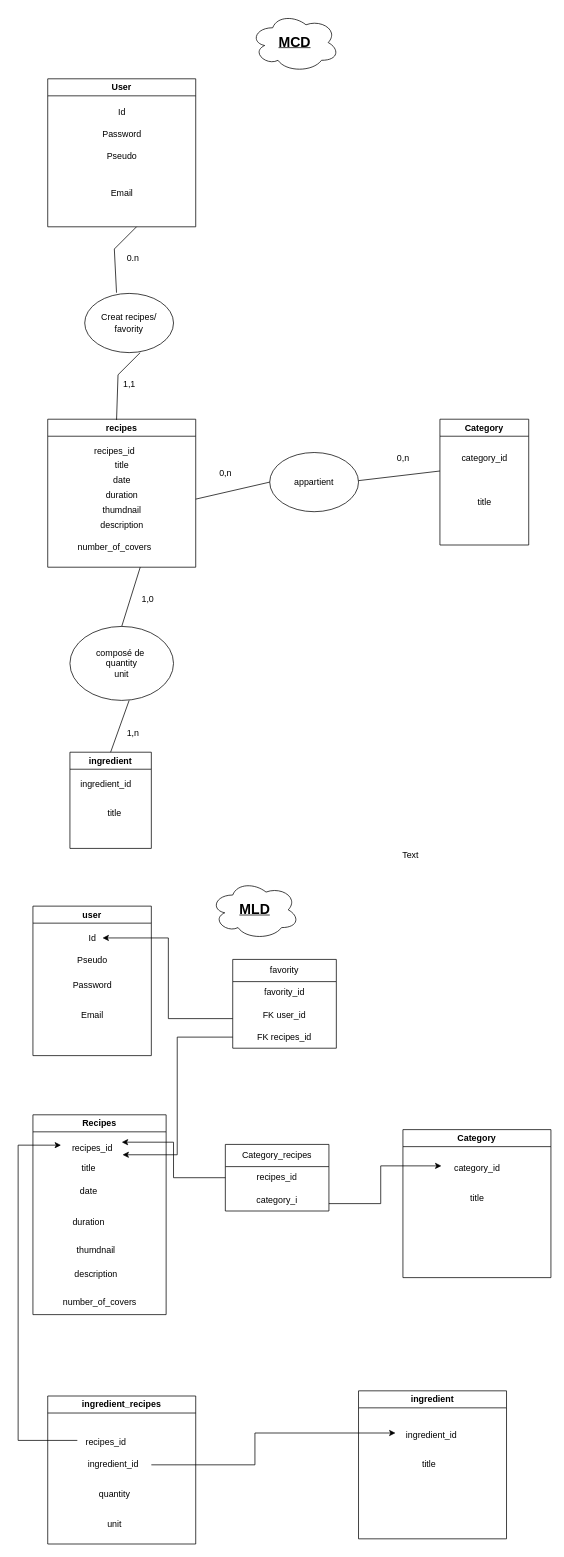
Earlier version of the draw.io diagram Reccettes-cuisin.drawio (achahbounehamid/projet-reccettes-cuisine). Source tidied: cells renumbered, new cells numbered last; positions are measured from the earlier drawing's top-left corner, leaving out a move shared by most shapes. Both pictures are drawn from the tidied source at 74%, with x=0, y=0 at pixel (18, 13).
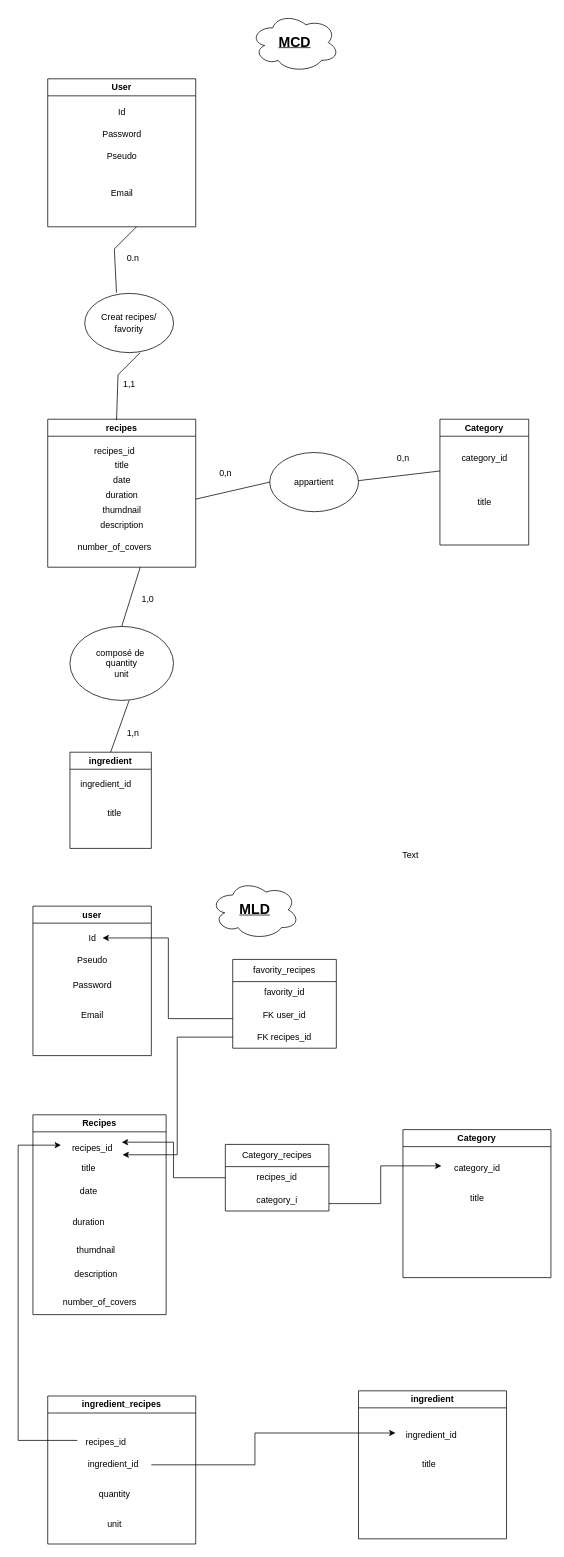
Above is the later version.

Commit message:
Mettre à jour Reccettes-cuisin.drawio

Diff of the diagram source:
```diff
@@
-    <mxCell id="23" value="favority" style="swimlane;fontStyle=0;horizontal=1;startSize=30;whiteSpace=wrap;html=1;" parent="1" vertex="1">
+    <mxCell id="23" value="favority_recipes" style="swimlane;fontStyle=0;horizontal=1;startSize=30;whiteSpace=wrap;html=1;" parent="1" vertex="1">
       <mxGeometry x="290" y="1279" width="140" height="120" as="geometry" />
     </mxCell>
```
